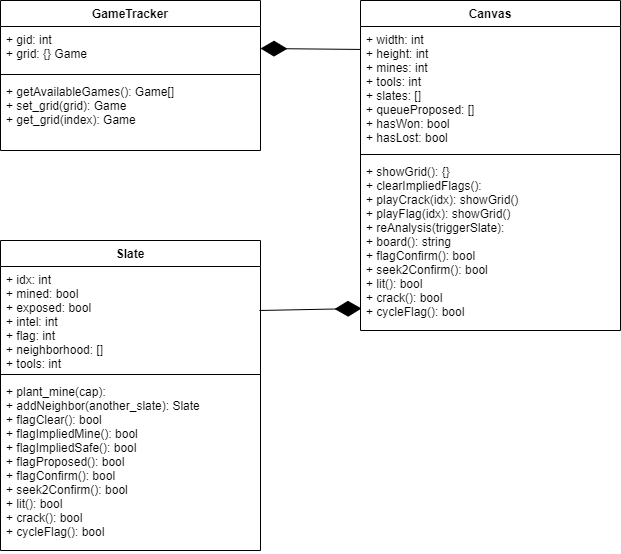
This is UML.png from encore428/minesweeper, a draw.io export, as it was before one commit. Source tidied: cells renumbered, new cells last; positions are measured from the earlier drawing's top-left corner, leaving out a move shared by most shapes. Its diagram source:
```xml
<mxGraphModel>
  <root>
    <mxCell id="0" />
    <mxCell id="1" parent="0" />
    <mxCell id="2" value="GameTracker" style="swimlane;fontStyle=1;align=center;verticalAlign=top;horizontal=1;startSize=26;" parent="1" vertex="1">
      <mxGeometry width="260" height="150" as="geometry" />
    </mxCell>
    <mxCell id="3" value="+ gid: int&#10;+ grid: {} Game&#10;" style="text;strokeColor=none;fillColor=none;align=left;verticalAlign=top;spacingLeft=4;spacingRight=4;overflow=hidden;points=[[0,0.5],[1,0.5]];portConstraint=eastwest;" parent="2" vertex="1">
      <mxGeometry y="26" width="260" height="44" as="geometry" />
    </mxCell>
    <mxCell id="4" style="line;strokeWidth=1;fillColor=none;align=left;verticalAlign=middle;spacingTop=-1;spacingLeft=3;spacingRight=3;labelPosition=right;" parent="2" vertex="1">
      <mxGeometry y="70" width="260" height="8" as="geometry" />
    </mxCell>
    <mxCell id="5" value="+ getAvailableGames(): Game[]&#10;+ set_grid(grid): Game&#10;+ get_grid(index): Game" style="text;strokeColor=none;fillColor=none;align=left;verticalAlign=top;spacingLeft=4;spacingRight=4;overflow=hidden;" parent="2" vertex="1">
      <mxGeometry y="78" width="260" height="72" as="geometry" />
    </mxCell>
    <mxCell id="6" value="Slate" style="swimlane;fontStyle=1;align=center;verticalAlign=top;horizontal=1;startSize=26;" parent="1" vertex="1">
      <mxGeometry y="240" width="260" height="310" as="geometry" />
    </mxCell>
    <mxCell id="7" value="+ idx: int&#10;+ mined: bool&#10;+ exposed: bool&#10;+ intel: int&#10;+ flag: int&#10;+ neighborhood: []&#10;+ tools: int&#10;&#10;" style="text;strokeColor=none;fillColor=none;align=left;verticalAlign=top;spacingLeft=4;spacingRight=4;overflow=hidden;points=[[0,0.5],[1,0.5]];portConstraint=eastwest;" parent="6" vertex="1">
      <mxGeometry y="26" width="260" height="104" as="geometry" />
    </mxCell>
    <mxCell id="8" style="line;strokeWidth=1;fillColor=none;align=left;verticalAlign=middle;spacingTop=-1;spacingLeft=3;spacingRight=3;labelPosition=right;" parent="6" vertex="1">
      <mxGeometry y="130" width="260" height="8" as="geometry" />
    </mxCell>
    <mxCell id="9" value="+ plant_mine(cap):&#10;+ addNeighbor(another_slate): Slate&#10;+ flagClear(): bool&#10;+ flagImpliedMine(): bool&#10;+ flagImpliedSafe(): bool&#10;+ flagProposed(): bool&#10;+ flagConfirm(): bool&#10;+ seek2Confirm(): bool&#10;+ lit(): bool&#10;+ crack(): bool&#10;+ cycleFlag(): bool" style="text;strokeColor=none;fillColor=none;align=left;verticalAlign=top;spacingLeft=4;spacingRight=4;overflow=hidden;" parent="6" vertex="1">
      <mxGeometry y="138" width="260" height="172" as="geometry" />
    </mxCell>
    <mxCell id="10" value="Canvas" style="swimlane;fontStyle=1;align=center;verticalAlign=top;horizontal=1;startSize=26;" parent="1" vertex="1">
      <mxGeometry x="360" width="260" height="330" as="geometry" />
    </mxCell>
    <mxCell id="11" value="+ width: int&#10;+ height: int&#10;+ mines: int&#10;+ tools: int&#10;+ slates: []&#10;+ queueProposed: []&#10;+ hasWon: bool&#10;+ hasLost: bool&#10;&#10;" style="text;strokeColor=none;fillColor=none;align=left;verticalAlign=top;spacingLeft=4;spacingRight=4;overflow=hidden;points=[[0,0.5],[1,0.5]];portConstraint=eastwest;" parent="10" vertex="1">
      <mxGeometry y="26" width="260" height="124" as="geometry" />
    </mxCell>
    <mxCell id="12" style="line;strokeWidth=1;fillColor=none;align=left;verticalAlign=middle;spacingTop=-1;spacingLeft=3;spacingRight=3;labelPosition=right;" parent="10" vertex="1">
      <mxGeometry y="150" width="260" height="8" as="geometry" />
    </mxCell>
    <mxCell id="13" value="+ showGrid(): {}&#10;+ clearImpliedFlags():&#10;+ playCrack(idx): showGrid()&#10;+ playFlag(idx): showGrid()&#10;+ reAnalysis(triggerSlate):&#10;+ board(): string&#10;+ flagConfirm(): bool&#10;+ seek2Confirm(): bool&#10;+ lit(): bool&#10;+ crack(): bool&#10;+ cycleFlag(): bool" style="text;strokeColor=none;fillColor=none;align=left;verticalAlign=top;spacingLeft=4;spacingRight=4;overflow=hidden;points=[[0,0.5],[1,0.5]];portConstraint=eastwest;" parent="10" vertex="1">
      <mxGeometry y="158" width="260" height="172" as="geometry" />
    </mxCell>
    <mxCell id="14" style="endArrow=diamondThin;endFill=1;endSize=24;html=1;exitX=0.996;exitY=0.423;exitDx=0;exitDy=0;exitPerimeter=0;entryX=0.004;entryY=0.872;entryDx=0;entryDy=0;entryPerimeter=0;" parent="1" edge="1" source="7" target="13">
      <mxGeometry relative="1" as="geometry" />
    </mxCell>
    <mxCell id="15" style="endArrow=diamondThin;endFill=1;endSize=24;html=1;entryX=1;entryY=0.5;entryDx=0;entryDy=0;exitX=0;exitY=0.185;exitDx=0;exitDy=0;exitPerimeter=0;" parent="1" edge="1" source="11" target="3">
      <mxGeometry relative="1" as="geometry" />
    </mxCell>
  </root>
</mxGraphModel>
```
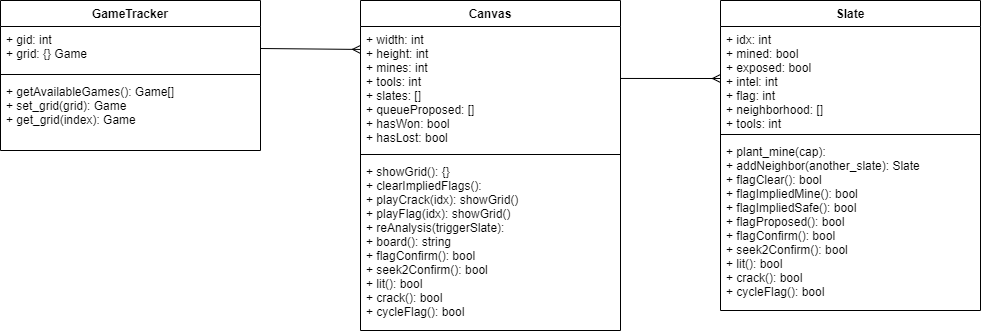
After the commit.

Diff of the diagram source:
```diff
@@ -15,7 +15,7 @@
       <mxGeometry y="78" width="260" height="72" as="geometry" />
     </mxCell>
     <mxCell id="6" value="Slate" style="swimlane;fontStyle=1;align=center;verticalAlign=top;horizontal=1;startSize=26;" parent="1" vertex="1">
-      <mxGeometry y="240" width="260" height="310" as="geometry" />
+      <mxGeometry x="720" width="260" height="310" as="geometry" />
     </mxCell>
     <mxCell id="7" value="+ idx: int&#10;+ mined: bool&#10;+ exposed: bool&#10;+ intel: int&#10;+ flag: int&#10;+ neighborhood: []&#10;+ tools: int&#10;&#10;" style="text;strokeColor=none;fillColor=none;align=left;verticalAlign=top;spacingLeft=4;spacingRight=4;overflow=hidden;points=[[0,0.5],[1,0.5]];portConstraint=eastwest;" parent="6" vertex="1">
       <mxGeometry y="26" width="260" height="104" as="geometry" />
@@ -38,10 +38,10 @@
     <mxCell id="13" value="+ showGrid(): {}&#10;+ clearImpliedFlags():&#10;+ playCrack(idx): showGrid()&#10;+ playFlag(idx): showGrid()&#10;+ reAnalysis(triggerSlate):&#10;+ board(): string&#10;+ flagConfirm(): bool&#10;+ seek2Confirm(): bool&#10;+ lit(): bool&#10;+ crack(): bool&#10;+ cycleFlag(): bool" style="text;strokeColor=none;fillColor=none;align=left;verticalAlign=top;spacingLeft=4;spacingRight=4;overflow=hidden;points=[[0,0.5],[1,0.5]];portConstraint=eastwest;" parent="10" vertex="1">
       <mxGeometry y="158" width="260" height="172" as="geometry" />
     </mxCell>
-    <mxCell id="14" style="endArrow=diamondThin;endFill=1;endSize=24;html=1;exitX=0.996;exitY=0.423;exitDx=0;exitDy=0;exitPerimeter=0;entryX=0.004;entryY=0.872;entryDx=0;entryDy=0;entryPerimeter=0;" parent="1" edge="1" source="7" target="13">
+    <mxCell id="14" style="endArrow=none;endFill=0;endSize=24;html=1;exitX=0;exitY=0.5;exitDx=0;exitDy=0;entryX=1;entryY=0.419;entryDx=0;entryDy=0;entryPerimeter=0;startArrow=ERmany;startFill=0;" parent="1" edge="1" source="7" target="11">
       <mxGeometry relative="1" as="geometry" />
     </mxCell>
-    <mxCell id="15" style="endArrow=diamondThin;endFill=1;endSize=24;html=1;entryX=1;entryY=0.5;entryDx=0;entryDy=0;exitX=0;exitY=0.185;exitDx=0;exitDy=0;exitPerimeter=0;" parent="1" edge="1" source="11" target="3">
+    <mxCell id="15" style="endArrow=none;endFill=0;endSize=24;html=1;entryX=1;entryY=0.5;entryDx=0;entryDy=0;exitX=0;exitY=0.185;exitDx=0;exitDy=0;exitPerimeter=0;startArrow=ERmany;startFill=0;" parent="1" edge="1" source="11" target="3">
       <mxGeometry relative="1" as="geometry" />
     </mxCell>
   </root>
```
